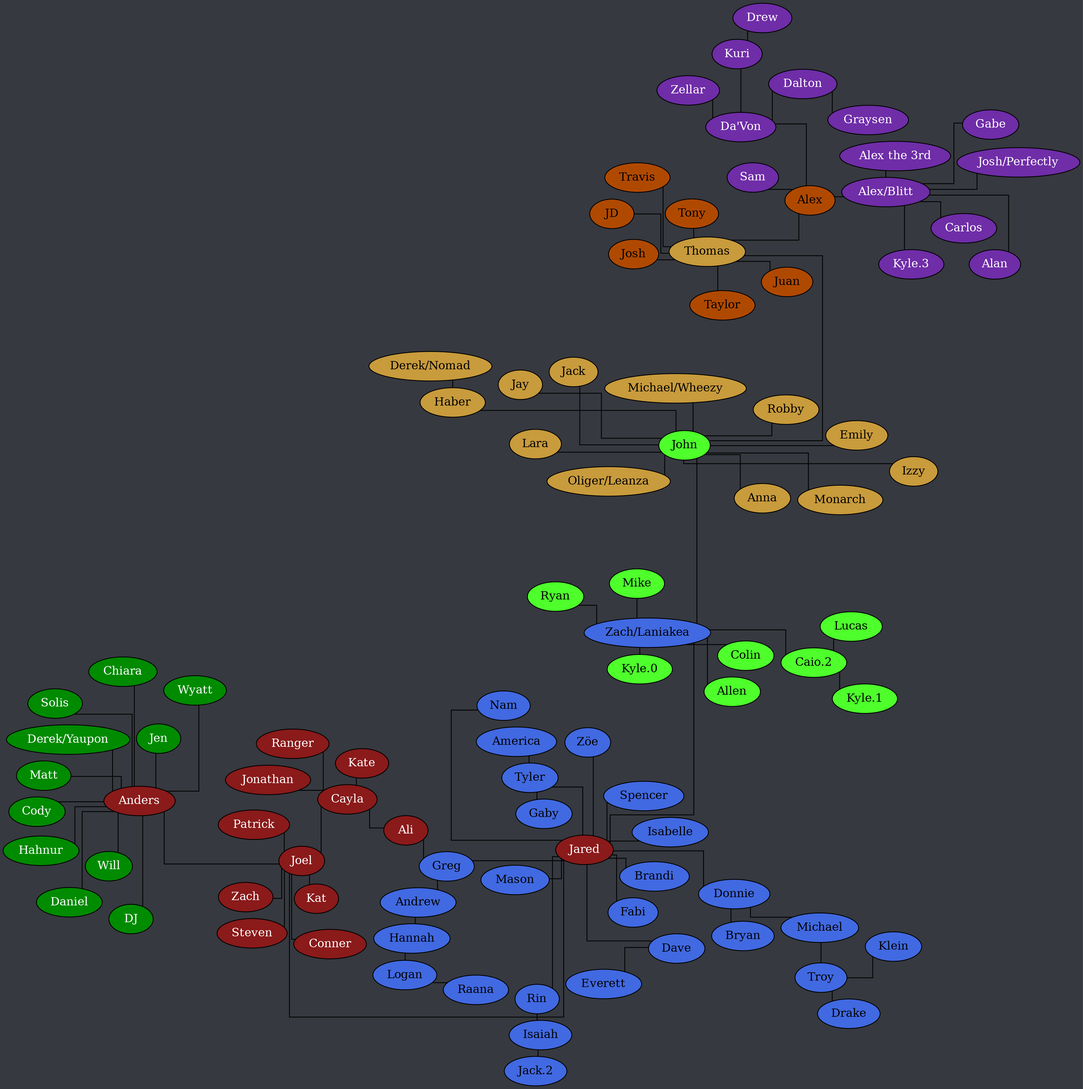
Documidas/CoronaCatzFamilyTree keeps this Graphviz diagram as tree.png. Above is the earlier version. Its source is kept beside it as tree.dot.
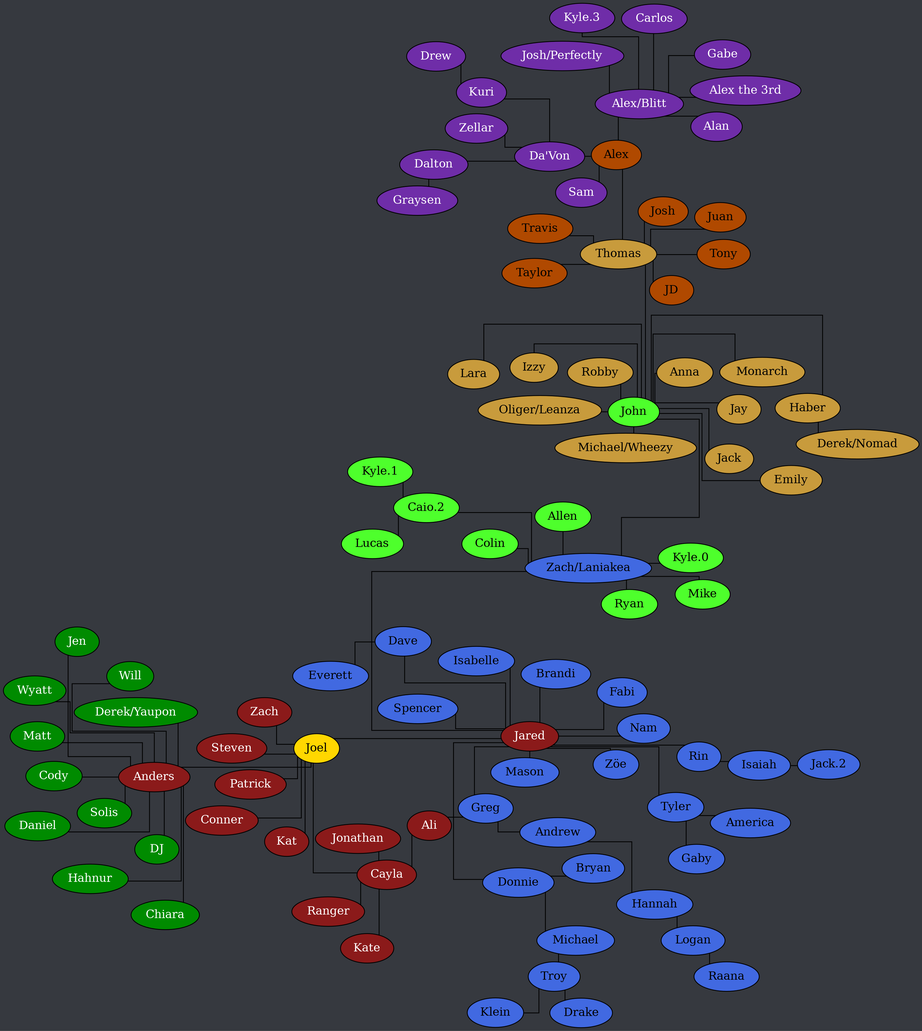
Above is the later version.

Commit message:
Fix styling for Joel

Diff of the diagram source:
```diff
@@ -13,6 +13,7 @@
 
 	subgraph "Joel" {
 		node [ style=filled fillcolor="firebrick4" fontcolor="white" ];
+		Joel [ style=filled fillcolor="gold" fontcolor="black" ];
 
 		Cayla -- Ali;
 		Cayla -- Jonathan;
```
